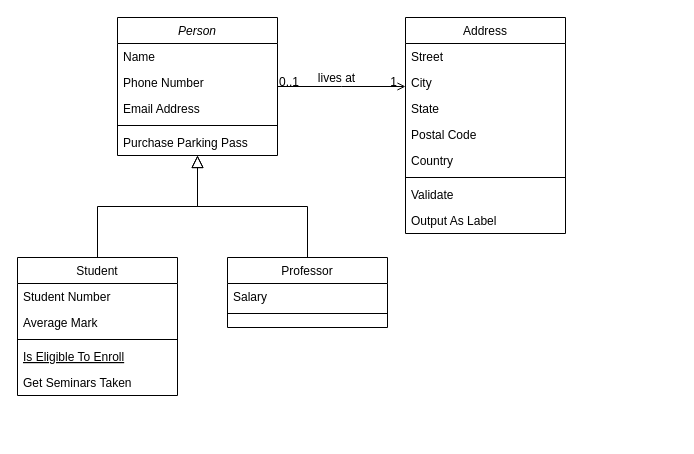
This is Untitled Diagram.drawio from salman141/Class-Diagrams-for-Car-Parking-Calculator, a draw.io file, before an edit. Source tidied: cells renumbered, new cells numbered last; positions are measured from the earlier drawing's top-left corner, leaving out a move shared by most shapes. Both pictures are drawn from the tidied source at 100%, with x=0, y=0 at pixel (17, 17).
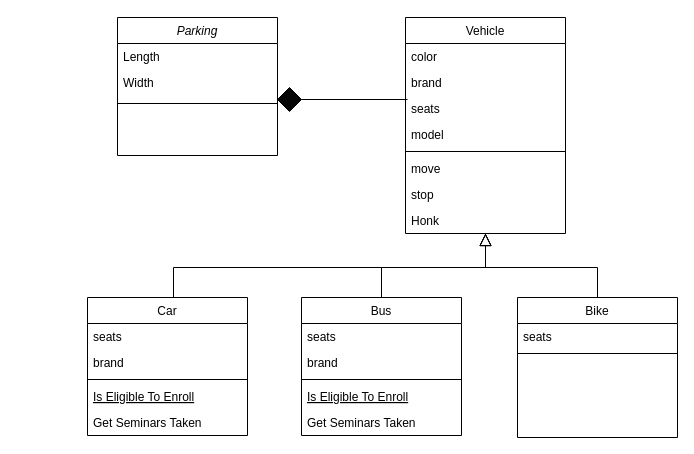
Above is the later version.

Commit message:
Class Diagram for Car Parking Calculator

Diff of the diagram source:
```diff
@@
-    <mxCell id="2" value="Person" style="swimlane;fontStyle=2;align=center;verticalAlign=top;horizontal=1;startSize=26;rounded=0;shadow=0;strokeWidth=1;" parent="1" vertex="1">
+    <mxCell id="2" value="Parking" style="swimlane;fontStyle=2;align=center;verticalAlign=top;horizontal=1;startSize=26;rounded=0;shadow=0;strokeWidth=1;" parent="1" vertex="1">
       <mxGeometry x="100" width="160" height="138" as="geometry" />
     </mxCell>
-    <mxCell id="3" value="Name" style="text;align=left;verticalAlign=top;spacingLeft=4;spacingRight=4;overflow=hidden;" parent="2" vertex="1">
+    <mxCell id="3" value="Length" style="text;align=left;verticalAlign=top;spacingLeft=4;spacingRight=4;overflow=hidden;" parent="2" vertex="1">
       <mxGeometry y="26" width="160" height="26" as="geometry" />
     </mxCell>
-    <mxCell id="4" value="Phone Number" style="text;align=left;verticalAlign=top;spacingLeft=4;spacingRight=4;overflow=hidden;rounded=0;shadow=0;html=0;" parent="2" vertex="1">
+    <mxCell id="4" value="Width" style="text;align=left;verticalAlign=top;spacingLeft=4;spacingRight=4;overflow=hidden;rounded=0;shadow=0;html=0;" parent="2" vertex="1">
       <mxGeometry y="52" width="160" height="26" as="geometry" />
     </mxCell>
-    <mxCell id="5" value="Email Address" style="text;align=left;verticalAlign=top;spacingLeft=4;spacingRight=4;overflow=hidden;rounded=0;shadow=0;html=0;" parent="2" vertex="1">
-      <mxGeometry y="78" width="160" height="26" as="geometry" />
-    </mxCell>
     <mxCell id="6" style="line;html=1;strokeWidth=1;align=left;verticalAlign=middle;spacingTop=-1;spacingLeft=3;spacingRight=3;labelPosition=right;" parent="2" vertex="1">
-      <mxGeometry y="104" width="160" height="8" as="geometry" />
+      <mxGeometry y="78" width="160" height="16" as="geometry" />
     </mxCell>
-    <mxCell id="7" value="Purchase Parking Pass" style="text;align=left;verticalAlign=top;spacingLeft=4;spacingRight=4;overflow=hidden;" parent="2" vertex="1">
-      <mxGeometry y="112" width="160" height="26" as="geometry" />
-    </mxCell>
-    <mxCell id="8" value="Student" style="swimlane;fontStyle=0;align=center;verticalAlign=top;horizontal=1;startSize=26;rounded=0;shadow=0;strokeWidth=1;" parent="1" vertex="1">
-      <mxGeometry y="240" width="160" height="138" as="geometry" />
+    <mxCell id="8" value="Bus" style="swimlane;fontStyle=0;align=center;verticalAlign=top;horizontal=1;startSize=26;rounded=0;shadow=0;strokeWidth=1;" parent="1" vertex="1">
+      <mxGeometry x="284" y="280" width="160" height="138" as="geometry" />
     </mxCell>
-    <mxCell id="9" value="Student Number" style="text;align=left;verticalAlign=top;spacingLeft=4;spacingRight=4;overflow=hidden;" parent="8" vertex="1">
+    <mxCell id="9" value="seats" style="text;align=left;verticalAlign=top;spacingLeft=4;spacingRight=4;overflow=hidden;" parent="8" vertex="1">
       <mxGeometry y="26" width="160" height="26" as="geometry" />
     </mxCell>
-    <mxCell id="10" value="Average Mark" style="text;align=left;verticalAlign=top;spacingLeft=4;spacingRight=4;overflow=hidden;rounded=0;shadow=0;html=0;" parent="8" vertex="1">
+    <mxCell id="10" value="brand" style="text;align=left;verticalAlign=top;spacingLeft=4;spacingRight=4;overflow=hidden;rounded=0;shadow=0;html=0;" parent="8" vertex="1">
       <mxGeometry y="52" width="160" height="26" as="geometry" />
     </mxCell>
@@
-    <mxCell id="14" style="endArrow=block;endSize=10;endFill=0;shadow=0;strokeWidth=1;rounded=0;edgeStyle=elbowEdgeStyle;elbow=vertical;" parent="1" edge="1" source="8" target="2">
-      <mxGeometry relative="1" as="geometry" />
+    <mxCell id="14" style="endArrow=block;endSize=10;endFill=0;shadow=0;strokeWidth=1;rounded=0;edgeStyle=elbowEdgeStyle;elbow=vertical;entryX=0.5;entryY=1;entryDx=0;entryDy=0;" parent="1" edge="1" source="8" target="19">
+      <mxGeometry relative="1" as="geometry">
+        <Array as="points">
+          <mxPoint x="364" y="250" />
+          <mxPoint x="450" y="230" />
+        </Array>
+      </mxGeometry>
     </mxCell>
-    <mxCell id="15" value="Professor" style="swimlane;fontStyle=0;align=center;verticalAlign=top;horizontal=1;startSize=26;rounded=0;shadow=0;strokeWidth=1;" parent="1" vertex="1">
-      <mxGeometry x="210" y="240" width="160" height="70" as="geometry" />
+    <mxCell id="15" value="Bike" style="swimlane;fontStyle=0;align=center;verticalAlign=top;horizontal=1;startSize=26;rounded=0;shadow=0;strokeWidth=1;" parent="1" vertex="1">
+      <mxGeometry x="500" y="280" width="160" height="140" as="geometry" />
     </mxCell>
-    <mxCell id="16" value="Salary" style="text;align=left;verticalAlign=top;spacingLeft=4;spacingRight=4;overflow=hidden;" parent="15" vertex="1">
+    <mxCell id="16" value="seats" style="text;align=left;verticalAlign=top;spacingLeft=4;spacingRight=4;overflow=hidden;" parent="15" vertex="1">
       <mxGeometry y="26" width="160" height="26" as="geometry" />
     </mxCell>
@@
-    <mxCell id="18" style="endArrow=block;endSize=10;endFill=0;shadow=0;strokeWidth=1;rounded=0;edgeStyle=elbowEdgeStyle;elbow=vertical;" parent="1" edge="1" source="15" target="2">
-      <mxGeometry relative="1" as="geometry" />
+    <mxCell id="18" style="endArrow=block;endSize=10;endFill=0;shadow=0;strokeWidth=1;rounded=0;edgeStyle=elbowEdgeStyle;elbow=vertical;entryX=0.5;entryY=1;entryDx=0;entryDy=0;" parent="1" edge="1" source="15" target="19">
+      <mxGeometry relative="1" as="geometry">
+        <Array as="points">
+          <mxPoint x="490" y="250" />
+        </Array>
+      </mxGeometry>
     </mxCell>
-    <mxCell id="19" value="Address" style="swimlane;fontStyle=0;align=center;verticalAlign=top;horizontal=1;startSize=26;rounded=0;shadow=0;strokeWidth=1;" parent="1" vertex="1">
+    <mxCell id="19" value="Vehicle" style="swimlane;fontStyle=0;align=center;verticalAlign=top;horizontal=1;startSize=26;rounded=0;shadow=0;strokeWidth=1;" parent="1" vertex="1">
       <mxGeometry x="388" width="160" height="216" as="geometry" />
     </mxCell>
-    <mxCell id="20" value="Street" style="text;align=left;verticalAlign=top;spacingLeft=4;spacingRight=4;overflow=hidden;" parent="19" vertex="1">
+    <mxCell id="20" value="color " style="text;align=left;verticalAlign=top;spacingLeft=4;spacingRight=4;overflow=hidden;" parent="19" vertex="1">
       <mxGeometry y="26" width="160" height="26" as="geometry" />
     </mxCell>
-    <mxCell id="21" value="City" style="text;align=left;verticalAlign=top;spacingLeft=4;spacingRight=4;overflow=hidden;rounded=0;shadow=0;html=0;" parent="19" vertex="1">
+    <mxCell id="21" value="brand" style="text;align=left;verticalAlign=top;spacingLeft=4;spacingRight=4;overflow=hidden;rounded=0;shadow=0;html=0;" parent="19" vertex="1">
       <mxGeometry y="52" width="160" height="26" as="geometry" />
     </mxCell>
-    <mxCell id="22" value="State" style="text;align=left;verticalAlign=top;spacingLeft=4;spacingRight=4;overflow=hidden;rounded=0;shadow=0;html=0;" parent="19" vertex="1">
-      <mxGeometry y="78" width="160" height="26" as="geometry" />
-    </mxCell>
-    <mxCell id="23" value="Postal Code" style="text;align=left;verticalAlign=top;spacingLeft=4;spacingRight=4;overflow=hidden;rounded=0;shadow=0;html=0;" parent="19" vertex="1">
-      <mxGeometry y="104" width="160" height="26" as="geometry" />
-    </mxCell>
-    <mxCell id="24" value="Country" style="text;align=left;verticalAlign=top;spacingLeft=4;spacingRight=4;overflow=hidden;rounded=0;shadow=0;html=0;" parent="19" vertex="1">
-      <mxGeometry y="130" width="160" height="26" as="geometry" />
-    </mxCell>
+    <mxCell id="32" value="seats" style="text;align=left;verticalAlign=top;spacingLeft=4;spacingRight=4;overflow=hidden;rounded=0;shadow=0;html=0;" parent="19" vertex="1">
+      <mxGeometry y="78" width="160" height="26" as="geometry" />
+    </mxCell>
+    <mxCell id="33" value="model" style="text;align=left;verticalAlign=top;spacingLeft=4;spacingRight=4;overflow=hidden;rounded=0;shadow=0;html=0;" parent="19" vertex="1">
+      <mxGeometry y="104" width="160" height="26" as="geometry" />
+    </mxCell>
     <mxCell id="25" style="line;html=1;strokeWidth=1;align=left;verticalAlign=middle;spacingTop=-1;spacingLeft=3;spacingRight=3;labelPosition=right;" parent="19" vertex="1">
-      <mxGeometry y="156" width="160" height="8" as="geometry" />
+      <mxGeometry y="130" width="160" height="8" as="geometry" />
     </mxCell>
-    <mxCell id="26" value="Validate" style="text;align=left;verticalAlign=top;spacingLeft=4;spacingRight=4;overflow=hidden;" parent="19" vertex="1">
-      <mxGeometry y="164" width="160" height="26" as="geometry" />
+    <mxCell id="26" value="move" style="text;align=left;verticalAlign=top;spacingLeft=4;spacingRight=4;overflow=hidden;" parent="19" vertex="1">
+      <mxGeometry y="138" width="160" height="26" as="geometry" />
     </mxCell>
-    <mxCell id="27" value="Output As Label" style="text;align=left;verticalAlign=top;spacingLeft=4;spacingRight=4;overflow=hidden;" parent="19" vertex="1">
-      <mxGeometry y="190" width="160" height="26" as="geometry" />
+    <mxCell id="27" value="stop" style="text;align=left;verticalAlign=top;spacingLeft=4;spacingRight=4;overflow=hidden;" parent="19" vertex="1">
+      <mxGeometry y="164" width="160" height="26" as="geometry" />
     </mxCell>
-    <mxCell id="28" style="endArrow=open;shadow=0;strokeWidth=1;rounded=0;endFill=1;edgeStyle=elbowEdgeStyle;elbow=vertical;" parent="1" edge="1" source="2" target="19">
-      <mxGeometry x="0.5" y="41" relative="1" as="geometry">
-        <mxPoint x="-40" y="32" as="offset" />
-      </mxGeometry>
-    </mxCell>
-    <mxCell id="29" value="0..1" style="align=left;verticalAlign=bottom;labelBackgroundColor=none;fontSize=12;" parent="28" vertex="1">
-      <mxGeometry x="-1" relative="1" as="geometry">
-        <mxPoint y="4" as="offset" />
-      </mxGeometry>
-    </mxCell>
-    <mxCell id="30" value="1" style="align=right;verticalAlign=bottom;labelBackgroundColor=none;fontSize=12;" parent="28" vertex="1">
-      <mxGeometry x="1" relative="1" as="geometry">
-        <mxPoint x="-7" y="4" as="offset" />
-      </mxGeometry>
-    </mxCell>
-    <mxCell id="31" value="lives at" style="text;html=1;align=center;verticalAlign=middle;labelBackgroundColor=none;rounded=0;shadow=0;strokeWidth=1;fontSize=12;" parent="28" vertex="1">
-      <mxGeometry x="0.5" y="49" relative="1" as="geometry">
-        <mxPoint x="-38" y="40" as="offset" />
-      </mxGeometry>
-    </mxCell>
+    <mxCell id="34" value="Honk" style="text;align=left;verticalAlign=top;spacingLeft=4;spacingRight=4;overflow=hidden;" parent="19" vertex="1">
+      <mxGeometry y="190" width="160" height="26" as="geometry" />
+    </mxCell>
+    <mxCell id="35" style="endArrow=none;shadow=0;strokeWidth=1;rounded=0;endFill=1;edgeStyle=elbowEdgeStyle;elbow=vertical;" parent="1" edge="1" source="2">
+      <mxGeometry x="0.5" y="41" relative="1" as="geometry">
+        <mxPoint x="260" y="79.5" as="targetPoint" />
+        <mxPoint x="-40" y="32" as="offset" />
+      </mxGeometry>
+    </mxCell>
+    <mxCell id="36" style="rhombus;whiteSpace=wrap;html=1;fillColor=#050505;" parent="1" vertex="1">
+      <mxGeometry x="260" y="70" width="24" height="24" as="geometry" />
+    </mxCell>
+    <mxCell id="37" style="line;html=1;strokeWidth=1;align=left;verticalAlign=middle;spacingTop=-1;spacingLeft=3;spacingRight=3;labelPosition=right;" parent="1" vertex="1">
+      <mxGeometry x="284" y="74" width="106" height="16" as="geometry" />
+    </mxCell>
+    <mxCell id="38" value="Car" style="swimlane;fontStyle=0;align=center;verticalAlign=top;horizontal=1;startSize=26;rounded=0;shadow=0;strokeWidth=1;" parent="1" vertex="1">
+      <mxGeometry x="70" y="280" width="160" height="138" as="geometry" />
+    </mxCell>
+    <mxCell id="39" value="seats" style="text;align=left;verticalAlign=top;spacingLeft=4;spacingRight=4;overflow=hidden;" parent="38" vertex="1">
+      <mxGeometry y="26" width="160" height="26" as="geometry" />
+    </mxCell>
+    <mxCell id="40" value="brand" style="text;align=left;verticalAlign=top;spacingLeft=4;spacingRight=4;overflow=hidden;rounded=0;shadow=0;html=0;" parent="38" vertex="1">
+      <mxGeometry y="52" width="160" height="26" as="geometry" />
+    </mxCell>
+    <mxCell id="41" style="line;html=1;strokeWidth=1;align=left;verticalAlign=middle;spacingTop=-1;spacingLeft=3;spacingRight=3;labelPosition=right;" parent="38" vertex="1">
+      <mxGeometry y="78" width="160" height="8" as="geometry" />
+    </mxCell>
+    <mxCell id="42" value="Is Eligible To Enroll" style="text;align=left;verticalAlign=top;spacingLeft=4;spacingRight=4;overflow=hidden;fontStyle=4;" parent="38" vertex="1">
+      <mxGeometry y="86" width="160" height="26" as="geometry" />
+    </mxCell>
+    <mxCell id="43" value="Get Seminars Taken" style="text;align=left;verticalAlign=top;spacingLeft=4;spacingRight=4;overflow=hidden;" parent="38" vertex="1">
+      <mxGeometry y="112" width="160" height="26" as="geometry" />
+    </mxCell>
+    <mxCell id="44" style="endArrow=block;endSize=10;endFill=0;shadow=0;strokeWidth=1;rounded=0;edgeStyle=elbowEdgeStyle;elbow=vertical;entryX=0.5;entryY=1;entryDx=0;entryDy=0;" parent="1" edge="1" target="19">
+      <mxGeometry relative="1" as="geometry">
+        <mxPoint x="156" y="280" as="sourcePoint" />
+        <Array as="points">
+          <mxPoint x="360" y="250" />
+          <mxPoint x="242" y="230" />
+        </Array>
+      </mxGeometry>
+    </mxCell>
```
